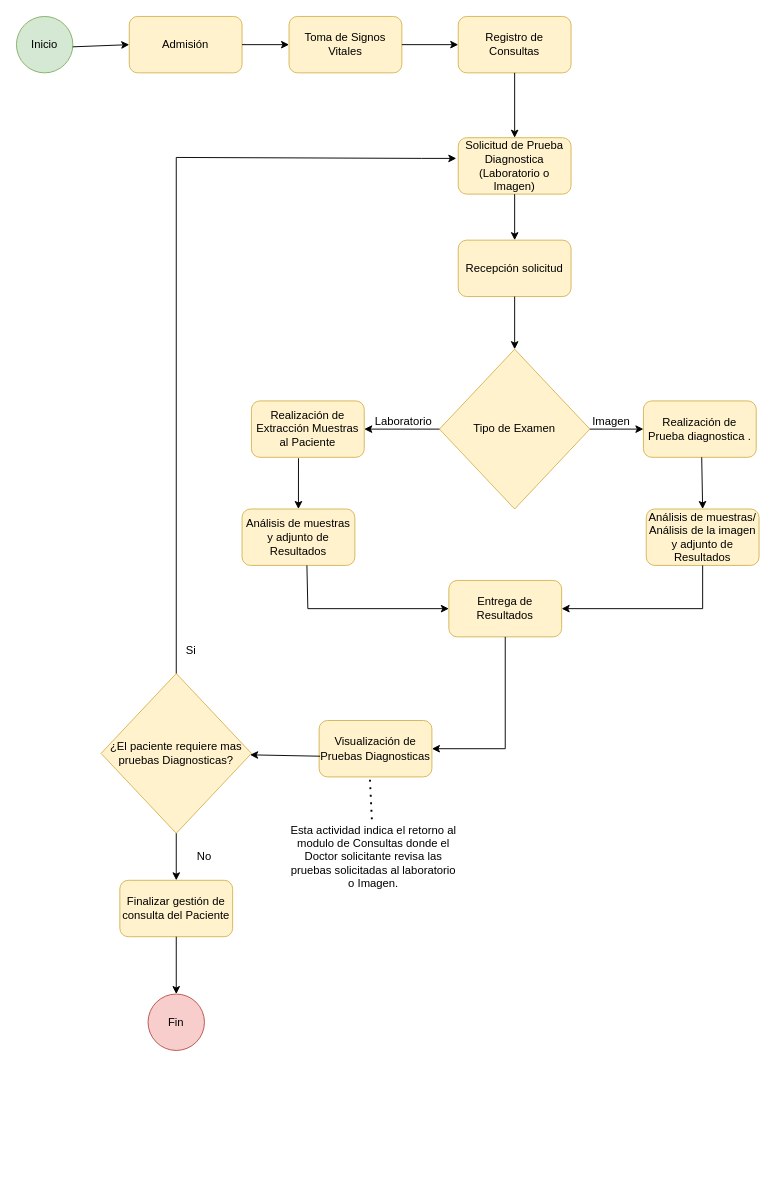
Above: page "Diagrama de Laboratorio" (2 of 3) of Diagramas de Flujo de Proceso.drawio in marguello86/Equipo1_MINSA (draw.io), before the change. Source tidied: cells renumbered, new cells numbered last; positions are measured from the earlier drawing's top-left corner, leaving out a move shared by most shapes. Both pictures are drawn from the tidied source at 94%, with x=0, y=0 at pixel (16, 16).
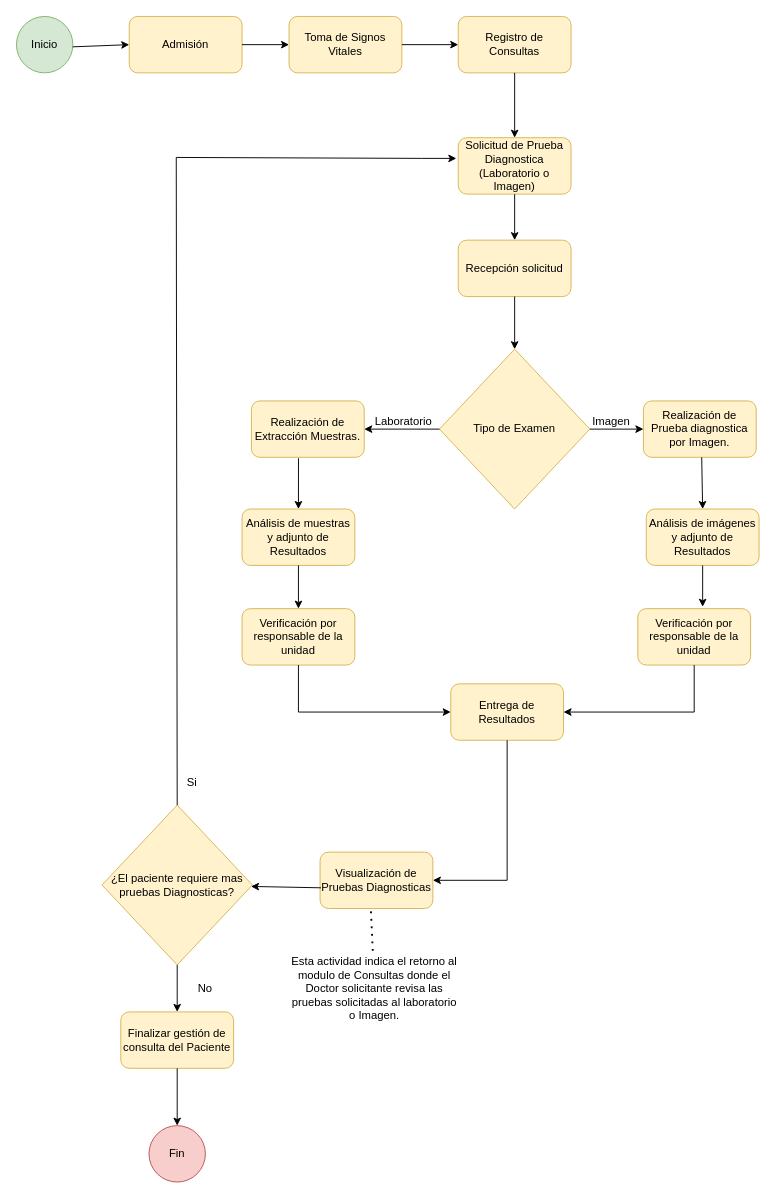
After the change.

The change refers to these unchanged cells:
```xml
<mxCell id="16" value="Análisis de muestras y adjunto de Resultados" style="rounded=1;whiteSpace=wrap;html=1;fillColor=#fff2cc;strokeColor=#d6b656;" parent="1" vertex="1">
  <mxGeometry x="240" y="524" width="120" height="60" as="geometry" />
</mxCell>
```

The edit, as a diff of the source:
```diff
@@
-    <mxCell id="12" value="Realización de Extracción Muestras al Paciente" style="rounded=1;whiteSpace=wrap;html=1;fillColor=#fff2cc;strokeColor=#d6b656;" parent="1" vertex="1">
+    <mxCell id="12" value="Realización de Extracción Muestras." style="rounded=1;whiteSpace=wrap;html=1;fillColor=#fff2cc;strokeColor=#d6b656;" parent="1" vertex="1">
       <mxGeometry x="250" y="409" width="120" height="60" as="geometry" />
     </mxCell>
     <mxCell id="13" value="Entrega de Resultados" style="rounded=1;whiteSpace=wrap;html=1;fillColor=#fff2cc;strokeColor=#d6b656;" parent="1" vertex="1">
-      <mxGeometry x="460" y="600" width="120" height="60" as="geometry" />
+      <mxGeometry x="462" y="710" width="120" height="60" as="geometry" />
     </mxCell>
     <mxCell id="14" value="Fin" style="ellipse;whiteSpace=wrap;html=1;fillColor=#f8cecc;strokeColor=#b85450;" parent="1" vertex="1">
-      <mxGeometry x="140" y="1040" width="60" height="60" as="geometry" />
+      <mxGeometry x="141" y="1180" width="60" height="60" as="geometry" />
     </mxCell>
@@
     <mxCell id="18" value="Visualización de Pruebas Diagnosticas" style="rounded=1;whiteSpace=wrap;html=1;fillColor=#fff2cc;strokeColor=#d6b656;" parent="1" vertex="1">
-      <mxGeometry x="322" y="749" width="120" height="60" as="geometry" />
+      <mxGeometry x="323" y="889" width="120" height="60" as="geometry" />
     </mxCell>
     <mxCell id="19" value="Esta actividad indica el retorno al modulo de Consultas donde el Doctor solicitante revisa las pruebas solicitadas al laboratorio o Imagen." style="text;html=1;strokeColor=none;fillColor=none;align=center;verticalAlign=middle;whiteSpace=wrap;rounded=0;" parent="1" vertex="1">
-      <mxGeometry x="290" y="854" width="180" height="80" as="geometry" />
+      <mxGeometry x="291" y="994" width="180" height="80" as="geometry" />
     </mxCell>
@@
     <mxCell id="21" value="¿El paciente requiere mas pruebas Diagnosticas?" style="rhombus;whiteSpace=wrap;html=1;fillColor=#fff2cc;strokeColor=#d6b656;" parent="1" vertex="1">
-      <mxGeometry x="90" y="699" width="160" height="170" as="geometry" />
+      <mxGeometry x="91" y="839" width="160" height="170" as="geometry" />
     </mxCell>
     <mxCell id="22" value="Si" style="text;html=1;strokeColor=none;fillColor=none;align=center;verticalAlign=middle;whiteSpace=wrap;rounded=0;" parent="1" vertex="1">
-      <mxGeometry x="156" y="660" width="60" height="30" as="geometry" />
+      <mxGeometry x="157" y="800" width="60" height="30" as="geometry" />
     </mxCell>
@@
     <mxCell id="24" value="No" style="text;html=1;strokeColor=none;fillColor=none;align=center;verticalAlign=middle;whiteSpace=wrap;rounded=0;" parent="1" vertex="1">
-      <mxGeometry x="170" y="879" width="60" height="30" as="geometry" />
+      <mxGeometry x="171" y="1019" width="60" height="30" as="geometry" />
     </mxCell>
@@
     <mxCell id="26" value="Finalizar gestión de consulta del Paciente" style="rounded=1;whiteSpace=wrap;html=1;fillColor=#fff2cc;strokeColor=#d6b656;" parent="1" vertex="1">
-      <mxGeometry x="110" y="919" width="120" height="60" as="geometry" />
+      <mxGeometry x="111" y="1059" width="120" height="60" as="geometry" />
     </mxCell>
@@
-    <mxCell id="29" value="Realización de Prueba diagnostica ." style="rounded=1;whiteSpace=wrap;html=1;fillColor=#fff2cc;strokeColor=#d6b656;" parent="1" vertex="1">
+    <mxCell id="29" value="Realización de Prueba diagnostica por Imagen." style="rounded=1;whiteSpace=wrap;html=1;fillColor=#fff2cc;strokeColor=#d6b656;" parent="1" vertex="1">
       <mxGeometry x="667" y="409" width="120" height="60" as="geometry" />
     </mxCell>
@@
-    <mxCell id="36" value="Análisis de muestras/ Análisis de la imagen y adjunto de Resultados" style="rounded=1;whiteSpace=wrap;html=1;fillColor=#fff2cc;strokeColor=#d6b656;" parent="1" vertex="1">
+    <mxCell id="36" value="Análisis de imágenes y adjunto de Resultados" style="rounded=1;whiteSpace=wrap;html=1;fillColor=#fff2cc;strokeColor=#d6b656;" parent="1" vertex="1">
       <mxGeometry x="670" y="524" width="120" height="60" as="geometry" />
     </mxCell>
-    <mxCell id="37" style="endArrow=classic;html=1;rounded=0;exitX=0.575;exitY=1;exitDx=0;exitDy=0;exitPerimeter=0;entryX=0;entryY=0.5;entryDx=0;entryDy=0;" parent="1" edge="1" source="16" target="13">
-      <mxGeometry relative="1" as="geometry">
-        <Array as="points">
-          <mxPoint x="310" y="630" />
-        </Array>
-      </mxGeometry>
-    </mxCell>
-    <mxCell id="38" style="endArrow=classic;html=1;rounded=0;exitX=0.5;exitY=1;exitDx=0;exitDy=0;entryX=1;entryY=0.5;entryDx=0;entryDy=0;" parent="1" edge="1" source="36" target="13">
-      <mxGeometry relative="1" as="geometry">
-        <Array as="points">
-          <mxPoint x="730" y="630" />
-        </Array>
-      </mxGeometry>
-    </mxCell>
+    <mxCell id="40" style="endArrow=classic;html=1;rounded=0;exitX=0.5;exitY=1;exitDx=0;exitDy=0;entryX=0.5;entryY=0;entryDx=0;entryDy=0;" parent="1" edge="1" source="26" target="14">
+      <mxGeometry relative="1" as="geometry" />
+    </mxCell>
+    <mxCell id="41" value="Verificación por responsable de la unidad" style="rounded=1;whiteSpace=wrap;html=1;fillColor=#fff2cc;strokeColor=#d6b656;" parent="1" vertex="1">
+      <mxGeometry x="240" y="630" width="120" height="60" as="geometry" />
+    </mxCell>
     <mxCell id="39" style="endArrow=classic;html=1;rounded=0;exitX=0.5;exitY=1;exitDx=0;exitDy=0;entryX=1;entryY=0.5;entryDx=0;entryDy=0;" parent="1" edge="1" source="13" target="18">
       <mxGeometry relative="1" as="geometry">
         <Array as="points">
-          <mxPoint x="520" y="779" />
+          <mxPoint x="522" y="919" />
         </Array>
       </mxGeometry>
     </mxCell>
-    <mxCell id="40" style="endArrow=classic;html=1;rounded=0;exitX=0.5;exitY=1;exitDx=0;exitDy=0;entryX=0.5;entryY=0;entryDx=0;entryDy=0;" parent="1" edge="1" source="26" target="14">
-      <mxGeometry relative="1" as="geometry" />
-    </mxCell>
+    <mxCell id="42" value="Verificación por responsable de la unidad" style="rounded=1;whiteSpace=wrap;html=1;fillColor=#fff2cc;strokeColor=#d6b656;" parent="1" vertex="1">
+      <mxGeometry x="661" y="630" width="120" height="60" as="geometry" />
+    </mxCell>
+    <mxCell id="43" style="endArrow=classic;html=1;rounded=0;exitX=0.5;exitY=1;exitDx=0;exitDy=0;" parent="1" edge="1" source="16" target="41">
+      <mxGeometry relative="1" as="geometry" />
+    </mxCell>
+    <mxCell id="44" style="endArrow=classic;html=1;rounded=0;exitX=0.5;exitY=1;exitDx=0;exitDy=0;entryX=0.575;entryY=-0.033;entryDx=0;entryDy=0;entryPerimeter=0;" parent="1" edge="1" source="36" target="42">
+      <mxGeometry relative="1" as="geometry" />
+    </mxCell>
+    <mxCell id="45" style="endArrow=classic;html=1;rounded=0;exitX=0.5;exitY=1;exitDx=0;exitDy=0;entryX=0;entryY=0.5;entryDx=0;entryDy=0;" parent="1" edge="1" source="41" target="13">
+      <mxGeometry relative="1" as="geometry">
+        <Array as="points">
+          <mxPoint x="300" y="740" />
+        </Array>
+      </mxGeometry>
+    </mxCell>
+    <mxCell id="46" style="endArrow=classic;html=1;rounded=0;exitX=0.5;exitY=1;exitDx=0;exitDy=0;entryX=1;entryY=0.5;entryDx=0;entryDy=0;" parent="1" edge="1" source="42" target="13">
+      <mxGeometry relative="1" as="geometry">
+        <Array as="points">
+          <mxPoint x="721" y="740" />
+        </Array>
+      </mxGeometry>
+    </mxCell>
```
